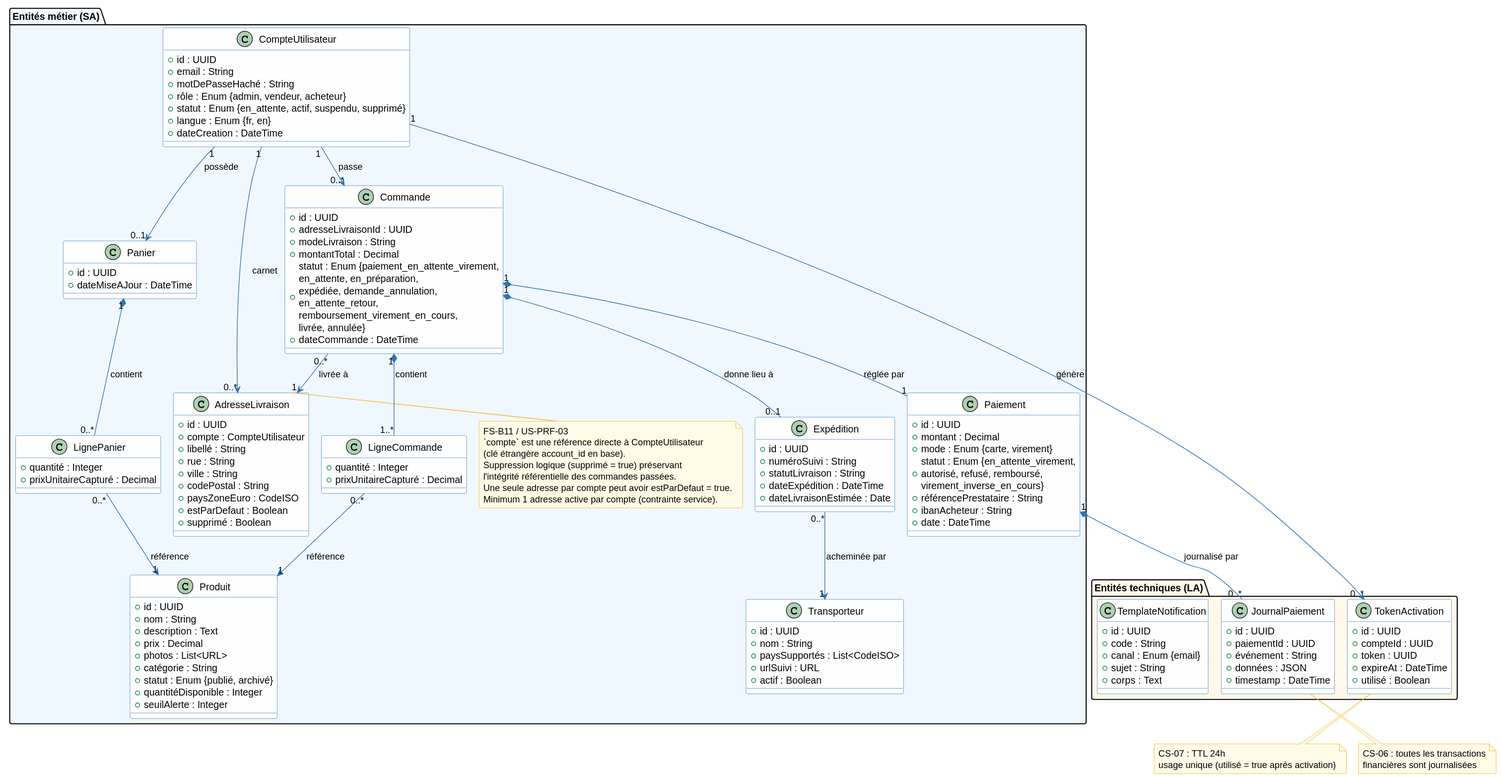
The PlantUML diagram architecture/03-logical-architecture/diagrams/la-classes.svg in louistalvande/online_shop, before a commit.
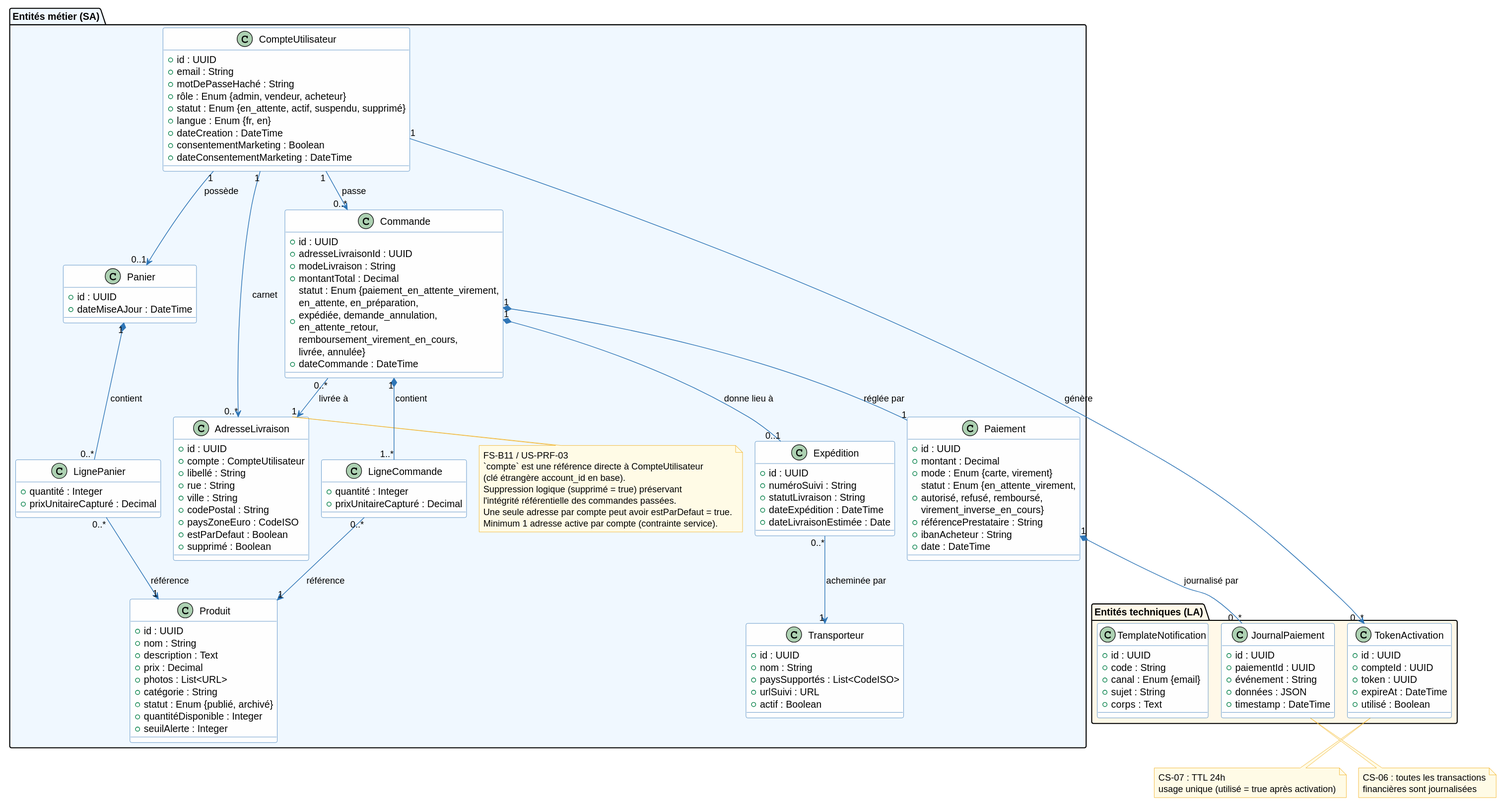
Later version of the same file.

Diff of the diagram source:
```diff
@@ -15,6 +15,8 @@
     + statut : Enum {en_attente, actif, suspendu, supprimé}
     + langue : Enum {fr, en}
     + dateCreation : DateTime
+    + consentementMarketing : Boolean
+    + dateConsentementMarketing : DateTime
   }
 
   class AdresseLivraison {
```
